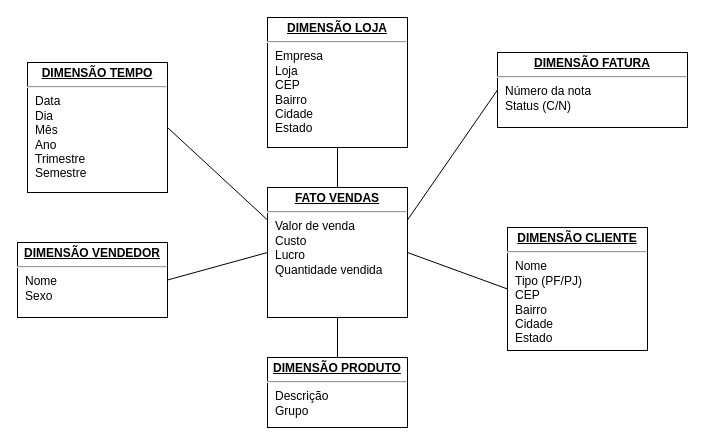
fabiohb/uni7-implementacao-projetos-bi keeps this draw.io diagram as Modelo_Dimensional.drawio. Above is the earlier version. Source tidied: cells renumbered, new cells numbered last; positions are measured from the earlier drawing's top-left corner, leaving out a move shared by most shapes. Both pictures are drawn from the tidied source at 100%, with x=0, y=0 at pixel (17, 17).
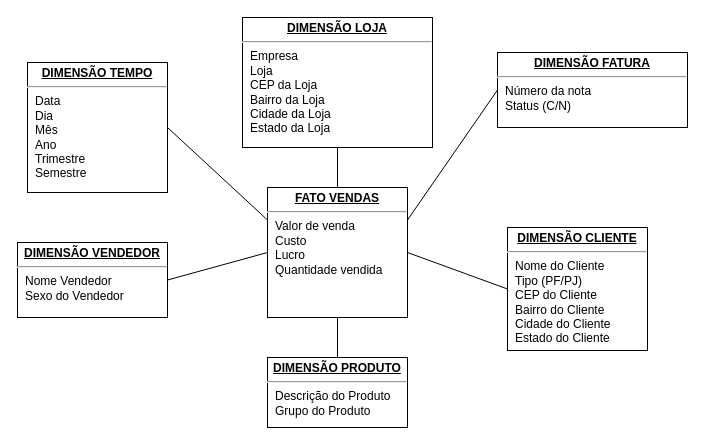
The same diagram, later.

The edit, as a diff of the source:
```diff
@@
 <mxGraphModel background="#ffffff">
   <root>
     <mxCell id="0" />
     <mxCell id="1" parent="0" />
     <mxCell id="2" style="rounded=0;jettySize=auto;html=1;endArrow=none;endFill=0;exitX=0.5;exitY=0;exitDx=0;exitDy=0;entryX=0.5;entryY=1;entryDx=0;entryDy=0;" parent="1" edge="1" source="8" target="10">
       <mxGeometry relative="1" as="geometry" />
     </mxCell>
     <mxCell id="3" style="rounded=0;jettySize=auto;html=1;endArrow=none;endFill=0;entryX=1;entryY=0.5;entryDx=0;entryDy=0;exitX=0;exitY=0.25;exitDx=0;exitDy=0;" parent="1" edge="1" source="8" target="9">
       <mxGeometry relative="1" as="geometry" />
     </mxCell>
     <mxCell id="4" style="rounded=0;jettySize=auto;html=1;endArrow=none;endFill=0;" parent="1" edge="1" source="8" target="13">
       <mxGeometry relative="1" as="geometry" />
     </mxCell>
     <mxCell id="5" style="rounded=0;jettySize=auto;html=1;endArrow=none;endFill=0;exitX=0;exitY=0.5;exitDx=0;exitDy=0;entryX=1;entryY=0.5;entryDx=0;entryDy=0;" parent="1" edge="1" source="8" target="12">
       <mxGeometry relative="1" as="geometry" />
     </mxCell>
     <mxCell id="6" style="edgeStyle=none;rounded=0;jettySize=auto;html=1;entryX=0;entryY=0.5;entryDx=0;entryDy=0;endArrow=none;endFill=0;exitX=1;exitY=0.5;exitDx=0;exitDy=0;" parent="1" edge="1" source="8" target="11">
       <mxGeometry relative="1" as="geometry" />
     </mxCell>
     <mxCell id="7" style="edgeStyle=none;rounded=0;jettySize=auto;html=1;entryX=0;entryY=0.5;entryDx=0;entryDy=0;endArrow=none;endFill=0;exitX=1;exitY=0.25;exitDx=0;exitDy=0;" parent="1" edge="1" source="8" target="14">
       <mxGeometry relative="1" as="geometry" />
     </mxCell>
     <mxCell id="8" value="&lt;p style=&quot;margin: 0px ; margin-top: 4px ; text-align: center ; text-decoration: underline&quot;&gt;&lt;b&gt;FATO VENDAS&lt;/b&gt;&lt;/p&gt;&lt;hr&gt;&lt;p style=&quot;margin: 0px ; margin-left: 8px&quot;&gt;Valor de venda&lt;/p&gt;&lt;p style=&quot;margin: 0px ; margin-left: 8px&quot;&gt;Custo&lt;/p&gt;&lt;p style=&quot;margin: 0px ; margin-left: 8px&quot;&gt;Lucro&lt;/p&gt;&lt;p style=&quot;margin: 0px ; margin-left: 8px&quot;&gt;Quantidade vendida&lt;/p&gt;" style="verticalAlign=top;align=left;overflow=fill;fontSize=12;fontFamily=Helvetica;html=1;rounded=0;shadow=0;comic=0;labelBackgroundColor=none;strokeWidth=1;" parent="1" vertex="1">
       <mxGeometry x="250" y="170" width="140" height="130" as="geometry" />
     </mxCell>
     <mxCell id="9" value="&lt;p style=&quot;margin: 0px ; margin-top: 4px ; text-align: center ; text-decoration: underline&quot;&gt;&lt;b&gt;DIMENSÃO TEMPO&lt;/b&gt;&lt;/p&gt;&lt;hr&gt;&lt;p style=&quot;margin: 0px ; margin-left: 8px&quot;&gt;Data&lt;/p&gt;&lt;p style=&quot;margin: 0px ; margin-left: 8px&quot;&gt;Dia&lt;/p&gt;&lt;p style=&quot;margin: 0px ; margin-left: 8px&quot;&gt;Mês&lt;/p&gt;&lt;p style=&quot;margin: 0px ; margin-left: 8px&quot;&gt;Ano&lt;/p&gt;&lt;p style=&quot;margin: 0px ; margin-left: 8px&quot;&gt;Trimestre&lt;/p&gt;&lt;p style=&quot;margin: 0px ; margin-left: 8px&quot;&gt;Semestre&lt;/p&gt;&lt;p style=&quot;margin: 0px ; margin-left: 8px&quot;&gt;&lt;br&gt;&lt;/p&gt;" style="verticalAlign=top;align=left;overflow=fill;fontSize=12;fontFamily=Helvetica;html=1;rounded=0;shadow=0;comic=0;labelBackgroundColor=none;strokeWidth=1;" parent="1" vertex="1">
       <mxGeometry x="10" y="45" width="140" height="130" as="geometry" />
     </mxCell>
-    <mxCell id="10" value="&lt;p style=&quot;margin: 0px ; margin-top: 4px ; text-align: center ; text-decoration: underline&quot;&gt;&lt;b&gt;DIMENSÃO LOJA&lt;/b&gt;&lt;/p&gt;&lt;hr&gt;&lt;p style=&quot;margin: 0px ; margin-left: 8px&quot;&gt;Empresa&lt;/p&gt;&lt;p style=&quot;margin: 0px ; margin-left: 8px&quot;&gt;&lt;span&gt;Loja&lt;/span&gt;&lt;/p&gt;&lt;p style=&quot;margin: 0px 0px 0px 8px&quot;&gt;CEP&lt;/p&gt;&lt;p style=&quot;margin: 0px 0px 0px 8px&quot;&gt;Bairro&lt;/p&gt;&lt;p style=&quot;margin: 0px 0px 0px 8px&quot;&gt;Cidade&lt;/p&gt;&lt;p style=&quot;margin: 0px 0px 0px 8px&quot;&gt;Estado&lt;/p&gt;" style="verticalAlign=top;align=left;overflow=fill;fontSize=12;fontFamily=Helvetica;html=1;rounded=0;shadow=0;comic=0;labelBackgroundColor=none;strokeWidth=1;" parent="1" vertex="1">
-      <mxGeometry x="250" width="140" height="130" as="geometry" />
+    <mxCell id="10" value="&lt;p style=&quot;margin: 0px ; margin-top: 4px ; text-align: center ; text-decoration: underline&quot;&gt;&lt;b&gt;DIMENSÃO LOJA&lt;/b&gt;&lt;/p&gt;&lt;hr&gt;&lt;p style=&quot;margin: 0px ; margin-left: 8px&quot;&gt;Empresa&lt;/p&gt;&lt;p style=&quot;margin: 0px ; margin-left: 8px&quot;&gt;&lt;span&gt;Loja&lt;/span&gt;&lt;/p&gt;&lt;p style=&quot;margin: 0px 0px 0px 8px&quot;&gt;CEP da Loja&lt;/p&gt;&lt;p style=&quot;margin: 0px 0px 0px 8px&quot;&gt;Bairro da Loja&lt;/p&gt;&lt;p style=&quot;margin: 0px 0px 0px 8px&quot;&gt;&lt;span&gt;Cidade da Loja&lt;/span&gt;&lt;/p&gt;&lt;p style=&quot;margin: 0px 0px 0px 8px&quot;&gt;Estado da Loja&lt;/p&gt;" style="verticalAlign=top;align=left;overflow=fill;fontSize=12;fontFamily=Helvetica;html=1;rounded=0;shadow=0;comic=0;labelBackgroundColor=none;strokeWidth=1;" parent="1" vertex="1">
+      <mxGeometry x="225" width="190" height="130" as="geometry" />
     </mxCell>
-    <mxCell id="11" value="&lt;p style=&quot;margin: 0px ; margin-top: 4px ; text-align: center ; text-decoration: underline&quot;&gt;&lt;b&gt;DIMENSÃO CLIENTE&lt;/b&gt;&lt;/p&gt;&lt;hr&gt;&lt;p style=&quot;margin: 0px ; margin-left: 8px&quot;&gt;Nome&lt;/p&gt;&lt;p style=&quot;margin: 0px ; margin-left: 8px&quot;&gt;Tipo (PF/PJ)&lt;/p&gt;&lt;p style=&quot;margin: 0px ; margin-left: 8px&quot;&gt;CEP&lt;/p&gt;&lt;p style=&quot;margin: 0px ; margin-left: 8px&quot;&gt;Bairro&lt;/p&gt;&lt;p style=&quot;margin: 0px ; margin-left: 8px&quot;&gt;Cidade&lt;/p&gt;&lt;p style=&quot;margin: 0px ; margin-left: 8px&quot;&gt;Estado&lt;/p&gt;" style="verticalAlign=top;align=left;overflow=fill;fontSize=12;fontFamily=Helvetica;html=1;rounded=0;shadow=0;comic=0;labelBackgroundColor=none;strokeWidth=1;" parent="1" vertex="1">
+    <mxCell id="11" value="&lt;p style=&quot;margin: 0px ; margin-top: 4px ; text-align: center ; text-decoration: underline&quot;&gt;&lt;b&gt;DIMENSÃO CLIENTE&lt;/b&gt;&lt;/p&gt;&lt;hr&gt;&lt;p style=&quot;margin: 0px ; margin-left: 8px&quot;&gt;Nome do Cliente&lt;/p&gt;&lt;p style=&quot;margin: 0px ; margin-left: 8px&quot;&gt;Tipo (PF/PJ)&lt;/p&gt;&lt;p style=&quot;margin: 0px ; margin-left: 8px&quot;&gt;CEP do Cliente&lt;/p&gt;&lt;p style=&quot;margin: 0px ; margin-left: 8px&quot;&gt;Bairro do Cliente&lt;/p&gt;&lt;p style=&quot;margin: 0px ; margin-left: 8px&quot;&gt;Cidade do Cliente&lt;/p&gt;&lt;p style=&quot;margin: 0px ; margin-left: 8px&quot;&gt;Estado do Cliente&lt;/p&gt;" style="verticalAlign=top;align=left;overflow=fill;fontSize=12;fontFamily=Helvetica;html=1;rounded=0;shadow=0;comic=0;labelBackgroundColor=none;strokeWidth=1;" parent="1" vertex="1">
       <mxGeometry x="490" y="210" width="140" height="123" as="geometry" />
     </mxCell>
-    <mxCell id="12" value="&lt;p style=&quot;margin: 0px ; margin-top: 4px ; text-align: center ; text-decoration: underline&quot;&gt;&lt;b&gt;DIMENSÃO VENDEDOR&lt;/b&gt;&lt;/p&gt;&lt;hr&gt;&lt;p style=&quot;margin: 0px ; margin-left: 8px&quot;&gt;Nome&lt;br&gt;&lt;/p&gt;&lt;p style=&quot;margin: 0px ; margin-left: 8px&quot;&gt;Sexo&lt;/p&gt;&lt;p style=&quot;margin: 0px ; margin-left: 8px&quot;&gt;&lt;br&gt;&lt;/p&gt;" style="verticalAlign=top;align=left;overflow=fill;fontSize=12;fontFamily=Helvetica;html=1;rounded=0;shadow=0;comic=0;labelBackgroundColor=none;strokeWidth=1;" parent="1" vertex="1">
+    <mxCell id="12" value="&lt;p style=&quot;margin: 0px ; margin-top: 4px ; text-align: center ; text-decoration: underline&quot;&gt;&lt;b&gt;DIMENSÃO VENDEDOR&lt;/b&gt;&lt;/p&gt;&lt;hr&gt;&lt;p style=&quot;margin: 0px ; margin-left: 8px&quot;&gt;Nome Vendedor&lt;br&gt;&lt;/p&gt;&lt;p style=&quot;margin: 0px ; margin-left: 8px&quot;&gt;Sexo do Vendedor&lt;/p&gt;&lt;p style=&quot;margin: 0px ; margin-left: 8px&quot;&gt;&lt;br&gt;&lt;/p&gt;" style="verticalAlign=top;align=left;overflow=fill;fontSize=12;fontFamily=Helvetica;html=1;rounded=0;shadow=0;comic=0;labelBackgroundColor=none;strokeWidth=1;" parent="1" vertex="1">
       <mxGeometry y="225" width="150" height="75" as="geometry" />
     </mxCell>
-    <mxCell id="13" value="&lt;p style=&quot;margin: 0px ; margin-top: 4px ; text-align: center ; text-decoration: underline&quot;&gt;&lt;b&gt;DIMENSÃO PRODUTO&lt;/b&gt;&lt;/p&gt;&lt;hr&gt;&lt;p style=&quot;margin: 0px ; margin-left: 8px&quot;&gt;Descrição&lt;br&gt;&lt;/p&gt;&lt;p style=&quot;margin: 0px ; margin-left: 8px&quot;&gt;&lt;span&gt;Grupo&lt;/span&gt;&lt;br&gt;&lt;/p&gt;" style="verticalAlign=top;align=left;overflow=fill;fontSize=12;fontFamily=Helvetica;html=1;rounded=0;shadow=0;comic=0;labelBackgroundColor=none;strokeWidth=1;" parent="1" vertex="1">
+    <mxCell id="13" value="&lt;p style=&quot;margin: 0px ; margin-top: 4px ; text-align: center ; text-decoration: underline&quot;&gt;&lt;b&gt;DIMENSÃO PRODUTO&lt;/b&gt;&lt;/p&gt;&lt;hr&gt;&lt;p style=&quot;margin: 0px ; margin-left: 8px&quot;&gt;Descrição do Produto&lt;br&gt;&lt;/p&gt;&lt;p style=&quot;margin: 0px ; margin-left: 8px&quot;&gt;&lt;span&gt;Grupo do Produto&lt;/span&gt;&lt;br&gt;&lt;/p&gt;" style="verticalAlign=top;align=left;overflow=fill;fontSize=12;fontFamily=Helvetica;html=1;rounded=0;shadow=0;comic=0;labelBackgroundColor=none;strokeWidth=1;" parent="1" vertex="1">
       <mxGeometry x="250" y="340" width="140" height="70" as="geometry" />
     </mxCell>
     <mxCell id="14" value="&lt;p style=&quot;margin: 0px ; margin-top: 4px ; text-align: center ; text-decoration: underline&quot;&gt;&lt;b&gt;DIMENSÃO FATURA&lt;/b&gt;&lt;/p&gt;&lt;hr&gt;&lt;p style=&quot;margin: 0px ; margin-left: 8px&quot;&gt;Número da nota&lt;/p&gt;&lt;p style=&quot;margin: 0px ; margin-left: 8px&quot;&gt;Status (C/N)&lt;/p&gt;&lt;p style=&quot;margin: 0px ; margin-left: 8px&quot;&gt;&lt;br&gt;&lt;/p&gt;" style="verticalAlign=top;align=left;overflow=fill;fontSize=12;fontFamily=Helvetica;html=1;rounded=0;shadow=0;comic=0;labelBackgroundColor=none;strokeWidth=1;" parent="1" vertex="1">
       <mxGeometry x="480" y="35" width="190" height="75" as="geometry" />
     </mxCell>
   </root>
 </mxGraphModel>
```
